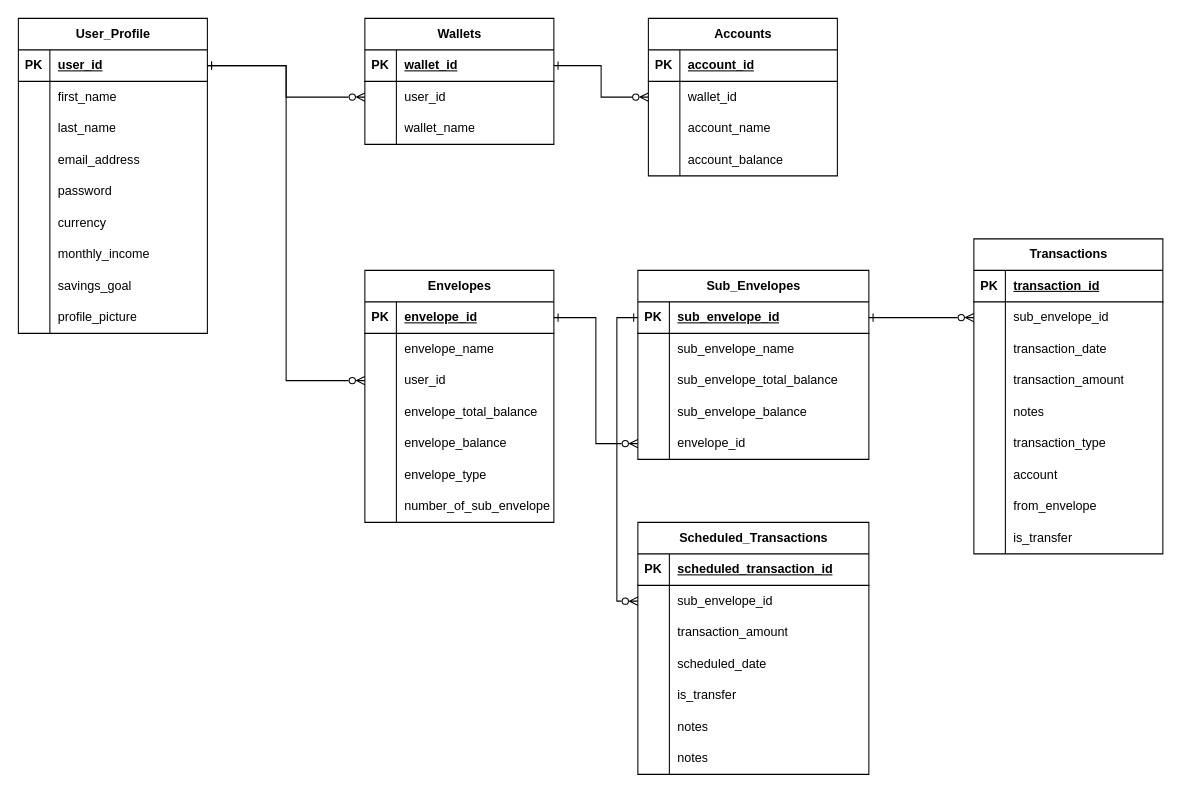
The draw.io diagram ChiBao_v4.drawio in mawi-delosreyes/Trakua, before the edit. Source tidied: cells renumbered, new cells numbered last; positions are measured from the earlier drawing's top-left corner, leaving out a move shared by most shapes. Both pictures are drawn from the tidied source at 105%, with x=0, y=0 at pixel (18, 18).
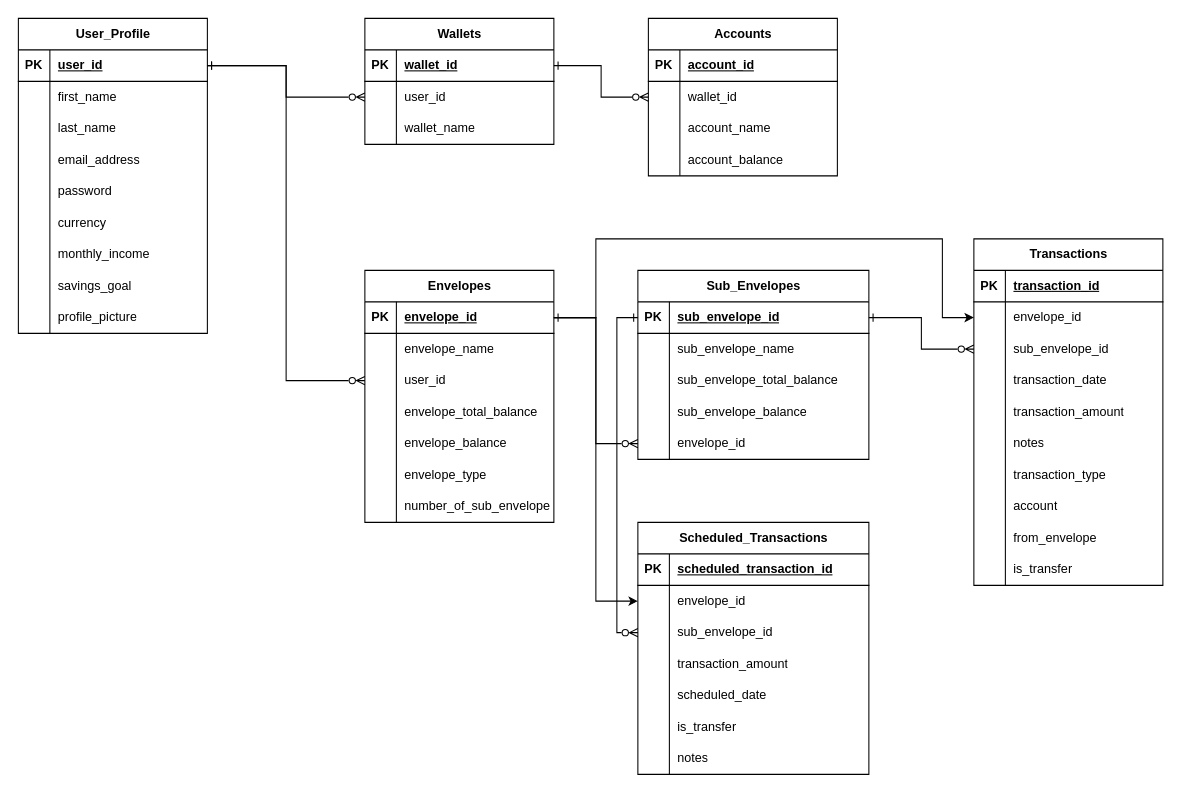
After the change.

The change refers to these unchanged cells:
```xml
<mxCell id="54" style="shape=tableRow;horizontal=0;startSize=0;swimlaneHead=0;swimlaneBody=0;fillColor=none;points=[[0,0.5],[1,0.5]];portConstraint=eastwest;top=0;left=0;right=0;bottom=1;" parent="53" vertex="1">
  <mxGeometry y="30" width="180" height="30" as="geometry" />
</mxCell>
<mxCell id="91" value="Scheduled_Transactions" style="shape=table;startSize=30;childLayout=tableLayout;rowLines=0;fontStyle=1;align=center;html=1;" parent="1" vertex="1">
  <mxGeometry x="590" y="480" width="220" height="240" as="geometry" />
</mxCell>
```

Change to the diagram source:
```diff
@@
+    <mxCell id="147" style="shape=tableRow;horizontal=0;startSize=0;swimlaneHead=0;swimlaneBody=0;fillColor=none;points=[[0,0.5],[1,0.5]];portConstraint=eastwest;top=0;left=0;right=0;bottom=0;" parent="91" vertex="1">
+      <mxGeometry y="60" width="220" height="30" as="geometry" />
+    </mxCell>
+    <mxCell id="148" style="shape=partialRectangle;fillColor=none;top=0;left=0;bottom=0;right=0;overflow=hidden;whiteSpace=wrap;html=1;" parent="147" vertex="1">
+      <mxGeometry width="30" height="30" as="geometry" />
+    </mxCell>
+    <mxCell id="149" value="&lt;div&gt;&lt;span style=&quot;background-color: initial;&quot;&gt;envelope_id&lt;/span&gt;&lt;br&gt;&lt;/div&gt;" style="shape=partialRectangle;fillColor=none;top=0;left=0;bottom=0;right=0;align=left;spacingLeft=6;overflow=hidden;whiteSpace=wrap;html=1;" parent="147" vertex="1">
+      <mxGeometry x="30" width="190" height="30" as="geometry" />
+    </mxCell>
     <mxCell id="95" style="shape=tableRow;horizontal=0;startSize=0;swimlaneHead=0;swimlaneBody=0;fillColor=none;points=[[0,0.5],[1,0.5]];portConstraint=eastwest;top=0;left=0;right=0;bottom=0;" parent="91" vertex="1">
-      <mxGeometry y="60" width="220" height="30" as="geometry" />
+      <mxGeometry y="90" width="220" height="30" as="geometry" />
     </mxCell>
@@
     <mxCell id="98" style="shape=tableRow;horizontal=0;startSize=0;swimlaneHead=0;swimlaneBody=0;fillColor=none;top=0;left=0;right=0;bottom=0;" parent="91" vertex="1">
-      <mxGeometry y="90" width="220" height="30" as="geometry" />
+      <mxGeometry y="120" width="220" height="30" as="geometry" />
     </mxCell>
@@
     <mxCell id="101" style="shape=tableRow;horizontal=0;startSize=0;swimlaneHead=0;swimlaneBody=0;fillColor=none;top=0;left=0;right=0;bottom=0;" parent="91" vertex="1">
-      <mxGeometry y="120" width="220" height="30" as="geometry" />
+      <mxGeometry y="150" width="220" height="30" as="geometry" />
     </mxCell>
@@
     <mxCell id="104" style="shape=tableRow;horizontal=0;startSize=0;swimlaneHead=0;swimlaneBody=0;fillColor=none;top=0;left=0;right=0;bottom=0;" parent="91" vertex="1">
-      <mxGeometry y="150" width="220" height="30" as="geometry" />
+      <mxGeometry y="180" width="220" height="30" as="geometry" />
     </mxCell>
@@
     <mxCell id="107" style="shape=tableRow;horizontal=0;startSize=0;swimlaneHead=0;swimlaneBody=0;fillColor=none;top=0;left=0;right=0;bottom=0;" parent="91" vertex="1">
-      <mxGeometry y="180" width="220" height="30" as="geometry" />
+      <mxGeometry y="210" width="220" height="30" as="geometry" />
     </mxCell>
@@
-    <mxCell id="110" style="shape=tableRow;horizontal=0;startSize=0;swimlaneHead=0;swimlaneBody=0;fillColor=none;top=0;left=0;right=0;bottom=0;" parent="91" vertex="1">
-      <mxGeometry y="210" width="220" height="30" as="geometry" />
-    </mxCell>
-    <mxCell id="111" style="shape=partialRectangle;fillColor=none;top=0;left=0;bottom=0;right=0;overflow=hidden;whiteSpace=wrap;html=1;" parent="110" vertex="1">
-      <mxGeometry width="30" height="30" as="geometry" />
-    </mxCell>
-    <mxCell id="112" value="notes" style="shape=partialRectangle;fillColor=none;top=0;left=0;bottom=0;right=0;align=left;spacingLeft=6;overflow=hidden;whiteSpace=wrap;html=1;" parent="110" vertex="1">
-      <mxGeometry x="30" width="190" height="30" as="geometry" />
-    </mxCell>
     <mxCell id="113" value="Transactions" style="shape=table;startSize=30;childLayout=tableLayout;rowLines=0;fontStyle=1;align=center;html=1;" parent="1" vertex="1">
-      <mxGeometry x="910" y="210" width="180" height="300" as="geometry" />
+      <mxGeometry x="910" y="210" width="180" height="330" as="geometry" />
     </mxCell>
@@
+    <mxCell id="150" style="shape=tableRow;horizontal=0;startSize=0;swimlaneHead=0;swimlaneBody=0;fillColor=none;points=[[0,0.5],[1,0.5]];portConstraint=eastwest;top=0;left=0;right=0;bottom=0;" parent="113" vertex="1">
+      <mxGeometry y="60" width="180" height="30" as="geometry" />
+    </mxCell>
+    <mxCell id="151" style="shape=partialRectangle;fillColor=none;top=0;left=0;bottom=0;right=0;overflow=hidden;whiteSpace=wrap;html=1;" parent="150" vertex="1">
+      <mxGeometry width="30" height="30" as="geometry" />
+    </mxCell>
+    <mxCell id="152" value="envelope_id" style="shape=partialRectangle;fillColor=none;top=0;left=0;bottom=0;right=0;align=left;spacingLeft=6;overflow=hidden;whiteSpace=wrap;html=1;" parent="150" vertex="1">
+      <mxGeometry x="30" width="150" height="30" as="geometry" />
+    </mxCell>
     <mxCell id="117" style="shape=tableRow;horizontal=0;startSize=0;swimlaneHead=0;swimlaneBody=0;fillColor=none;points=[[0,0.5],[1,0.5]];portConstraint=eastwest;top=0;left=0;right=0;bottom=0;" parent="113" vertex="1">
-      <mxGeometry y="60" width="180" height="30" as="geometry" />
+      <mxGeometry y="90" width="180" height="30" as="geometry" />
     </mxCell>
@@
     <mxCell id="120" style="shape=tableRow;horizontal=0;startSize=0;swimlaneHead=0;swimlaneBody=0;fillColor=none;top=0;left=0;right=0;bottom=0;" parent="113" vertex="1">
-      <mxGeometry y="90" width="180" height="30" as="geometry" />
+      <mxGeometry y="120" width="180" height="30" as="geometry" />
     </mxCell>
@@
     <mxCell id="123" style="shape=tableRow;horizontal=0;startSize=0;swimlaneHead=0;swimlaneBody=0;fillColor=none;top=0;left=0;right=0;bottom=0;" parent="113" vertex="1">
-      <mxGeometry y="120" width="180" height="30" as="geometry" />
+      <mxGeometry y="150" width="180" height="30" as="geometry" />
     </mxCell>
@@
     <mxCell id="126" style="shape=tableRow;horizontal=0;startSize=0;swimlaneHead=0;swimlaneBody=0;fillColor=none;top=0;left=0;right=0;bottom=0;" parent="113" vertex="1">
-      <mxGeometry y="150" width="180" height="30" as="geometry" />
+      <mxGeometry y="180" width="180" height="30" as="geometry" />
     </mxCell>
@@
     <mxCell id="129" style="shape=tableRow;horizontal=0;startSize=0;swimlaneHead=0;swimlaneBody=0;fillColor=none;top=0;left=0;right=0;bottom=0;" parent="113" vertex="1">
-      <mxGeometry y="180" width="180" height="30" as="geometry" />
+      <mxGeometry y="210" width="180" height="30" as="geometry" />
     </mxCell>
@@
     <mxCell id="132" style="shape=tableRow;horizontal=0;startSize=0;swimlaneHead=0;swimlaneBody=0;fillColor=none;top=0;left=0;right=0;bottom=0;" parent="113" vertex="1">
-      <mxGeometry y="210" width="180" height="30" as="geometry" />
+      <mxGeometry y="240" width="180" height="30" as="geometry" />
     </mxCell>
@@
     <mxCell id="135" style="shape=tableRow;horizontal=0;startSize=0;swimlaneHead=0;swimlaneBody=0;fillColor=none;top=0;left=0;right=0;bottom=0;" parent="113" vertex="1">
-      <mxGeometry y="240" width="180" height="30" as="geometry" />
+      <mxGeometry y="270" width="180" height="30" as="geometry" />
     </mxCell>
@@
     <mxCell id="138" style="shape=tableRow;horizontal=0;startSize=0;swimlaneHead=0;swimlaneBody=0;fillColor=none;top=0;left=0;right=0;bottom=0;" parent="113" vertex="1">
-      <mxGeometry y="270" width="180" height="30" as="geometry" />
+      <mxGeometry y="300" width="180" height="30" as="geometry" />
     </mxCell>
@@
+    <mxCell id="153" style="edgeStyle=orthogonalEdgeStyle;rounded=0;jettySize=auto;html=1;entryX=0;entryY=0.5;entryDx=0;entryDy=0;" parent="1" edge="1" source="54" target="150">
+      <mxGeometry relative="1" as="geometry">
+        <Array as="points">
+          <mxPoint x="550" y="285" />
+          <mxPoint x="550" y="210" />
+          <mxPoint x="880" y="210" />
+          <mxPoint x="880" y="285" />
+        </Array>
+      </mxGeometry>
+    </mxCell>
+    <mxCell id="154" style="edgeStyle=orthogonalEdgeStyle;rounded=0;jettySize=auto;html=1;" parent="1" edge="1" source="54" target="147">
+      <mxGeometry relative="1" as="geometry" />
+    </mxCell>
```
